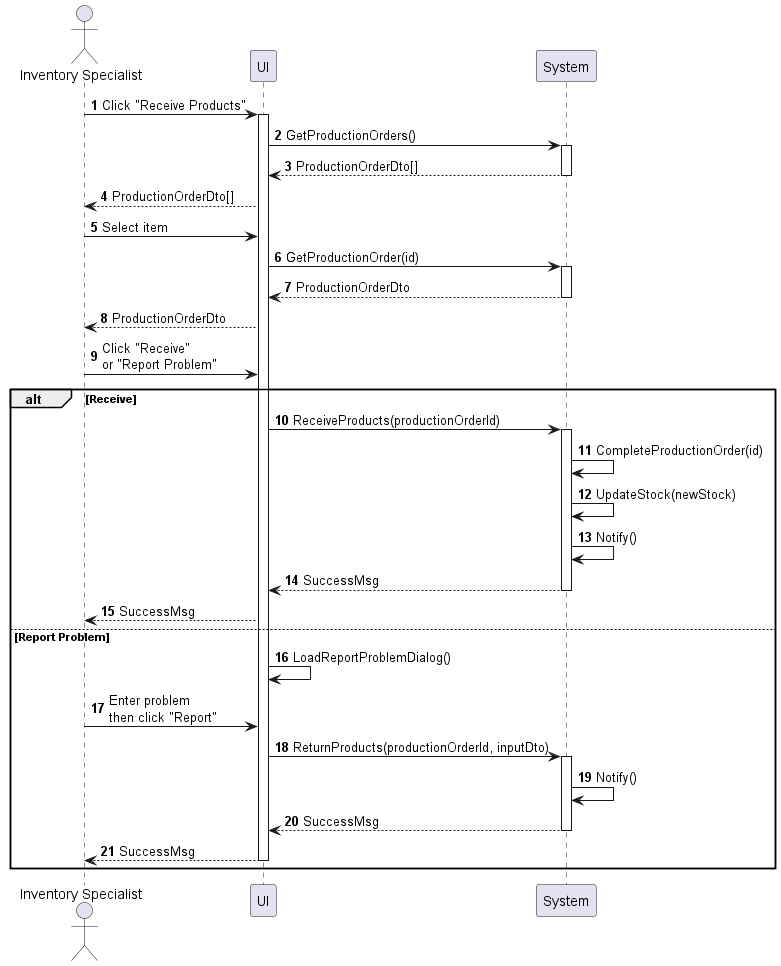
Earlier version of the PlantUML export sequences/inventory-product-receive.png (phihungha/scmss-reqs).
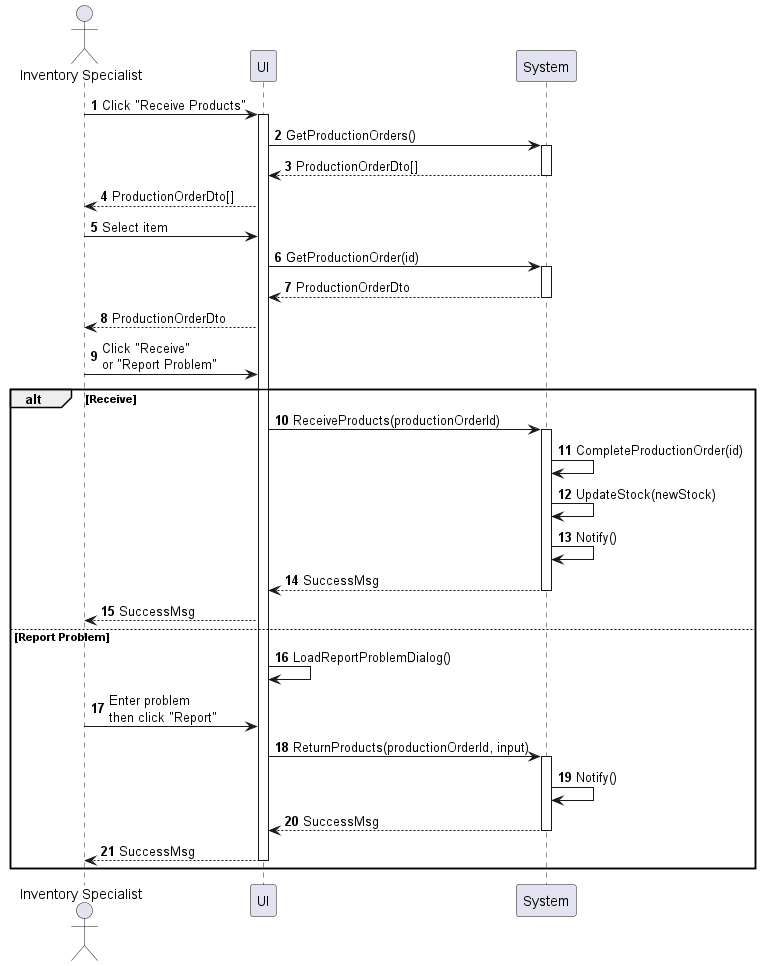
After the commit.

Change to the diagram source:
```diff
@@ -29,7 +29,7 @@
 else Report Problem
     f -> f : LoadReportProblemDialog()
     a -> f : Enter problem\nthen click "Report"
-    f -> b : ReturnProducts(productionOrderId, inputDto)
+    f -> b : ReturnProducts(productionOrderId, input)
     activate b
     b -> b : Notify()
     return SuccessMsg
```
